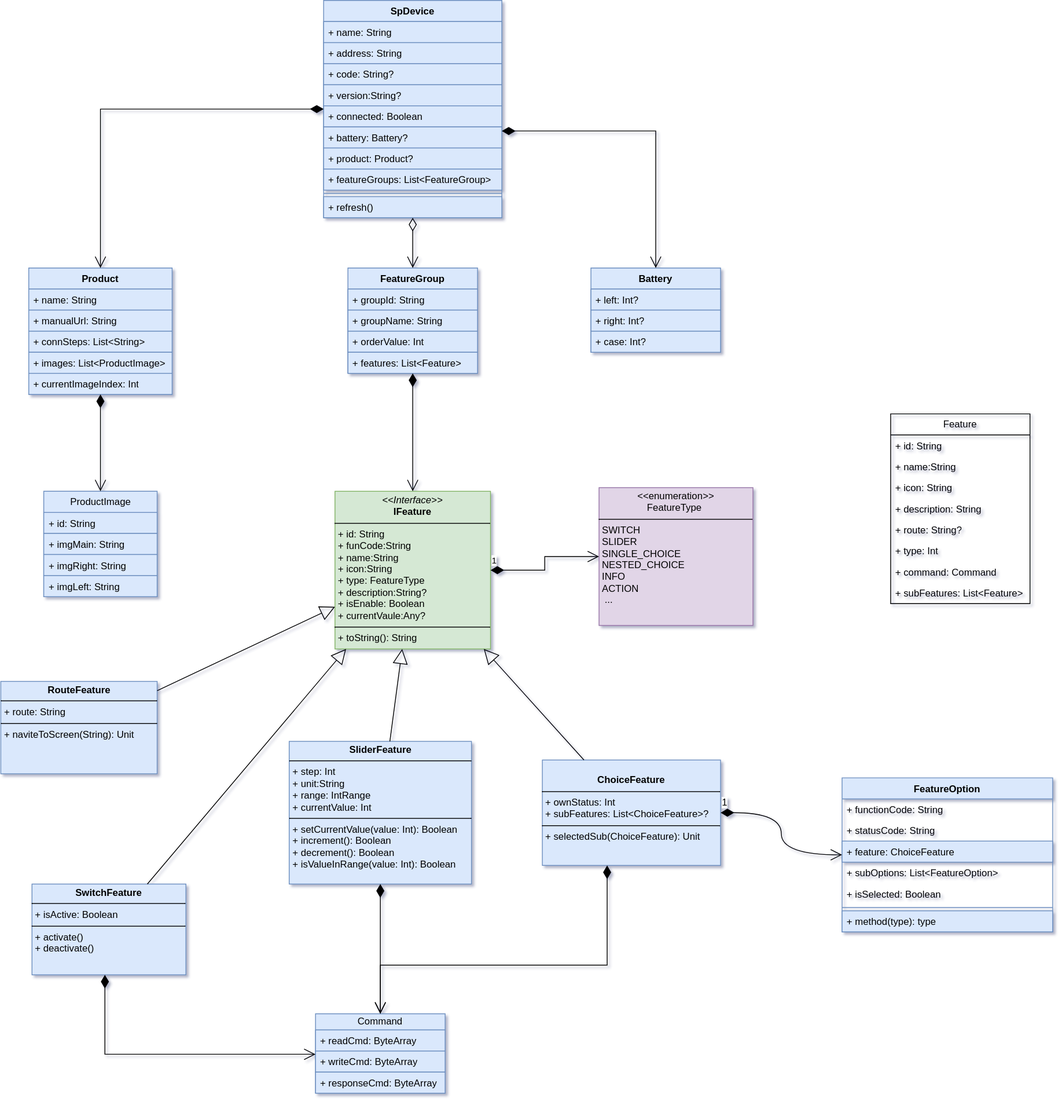
Earlier version of the draw.io export sp-device.drawio.svg (kekemao00/draw-libs). Source tidied: cells renumbered, new cells last; positions are measured from the earlier drawing's top-left corner, leaving out a move shared by most shapes.
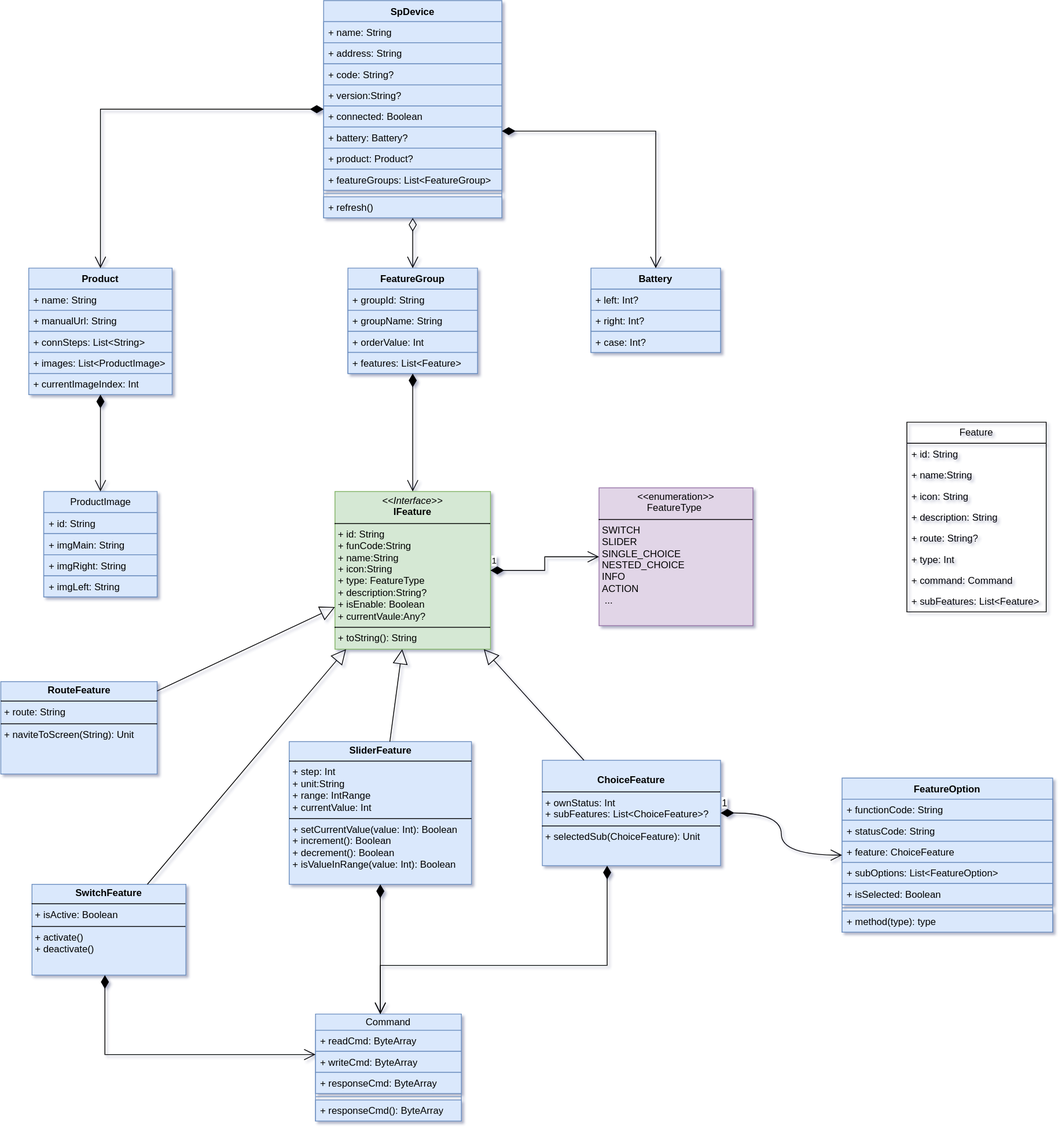
Above is the later version.

The edit, as a diff of the source:
```diff
@@ -96,7 +96,7 @@
       <mxGeometry y="104" width="160" height="26" as="geometry" />
     </mxCell>
     <mxCell id="33" value="Feature" style="swimlane;fontStyle=0;horizontal=1;startSize=26;fillColor=none;whiteSpace=wrap;html=1;" parent="1" vertex="1">
-      <mxGeometry x="1098" y="510" width="172" height="234" as="geometry" />
+      <mxGeometry x="1118" y="520" width="172" height="234" as="geometry" />
     </mxCell>
     <mxCell id="34" value="+ id: String" style="text;strokeColor=none;fillColor=none;align=left;verticalAlign=top;spacingLeft=4;spacingRight=4;overflow=hidden;whiteSpace=wrap;html=1;" parent="33" vertex="1">
       <mxGeometry y="26" width="172" height="26" as="geometry" />
@@ -123,17 +123,23 @@
       <mxGeometry y="208" width="172" height="26" as="geometry" />
     </mxCell>
     <mxCell id="42" value="Command" style="swimlane;fontStyle=0;horizontal=1;startSize=20;fillColor=#dae8fc;whiteSpace=wrap;html=1;strokeColor=#6c8ebf;" parent="1" vertex="1">
-      <mxGeometry x="388" y="1250" width="160" height="98" as="geometry" />
+      <mxGeometry x="388" y="1250" width="180" height="132" as="geometry" />
     </mxCell>
     <mxCell id="43" value="+ readCmd: ByteArray" style="text;strokeColor=#6c8ebf;fillColor=#dae8fc;align=left;verticalAlign=top;spacingLeft=4;spacingRight=4;overflow=hidden;whiteSpace=wrap;html=1;" parent="42" vertex="1">
-      <mxGeometry y="20" width="160" height="26" as="geometry" />
+      <mxGeometry y="20" width="180" height="26" as="geometry" />
     </mxCell>
     <mxCell id="44" value="+ writeCmd: ByteArray" style="text;strokeColor=#6c8ebf;fillColor=#dae8fc;align=left;verticalAlign=top;spacingLeft=4;spacingRight=4;overflow=hidden;whiteSpace=wrap;html=1;" parent="42" vertex="1">
-      <mxGeometry y="46" width="160" height="26" as="geometry" />
+      <mxGeometry y="46" width="180" height="26" as="geometry" />
     </mxCell>
-    <mxCell id="45" value="+ responseCmd: ByteArray" style="text;strokeColor=#6c8ebf;fillColor=#dae8fc;align=left;verticalAlign=top;spacingLeft=4;spacingRight=4;overflow=hidden;whiteSpace=wrap;html=1;" parent="42" vertex="1">
-      <mxGeometry y="72" width="160" height="26" as="geometry" />
+    <mxCell id="45" value="+ responseCmd: ByteArray" style="text;align=left;verticalAlign=top;spacingLeft=4;spacingRight=4;overflow=hidden;whiteSpace=wrap;html=1;fillColor=#dae8fc;strokeColor=#6c8ebf;" parent="42" vertex="1">
+      <mxGeometry y="72" width="180" height="26" as="geometry" />
     </mxCell>
+    <mxCell id="74" style="line;strokeWidth=1;fillColor=#dae8fc;align=left;verticalAlign=middle;spacingTop=-1;spacingLeft=3;spacingRight=3;labelPosition=right;strokeColor=#6c8ebf;" parent="42" vertex="1">
+      <mxGeometry y="98" width="180" height="8" as="geometry" />
+    </mxCell>
+    <mxCell id="75" value="+ responseCmd(): ByteArray" style="text;align=left;verticalAlign=top;spacingLeft=4;spacingRight=4;overflow=hidden;whiteSpace=wrap;html=1;fillColor=#dae8fc;strokeColor=#6c8ebf;" parent="42" vertex="1">
+      <mxGeometry y="106" width="180" height="26" as="geometry" />
+    </mxCell>
     <mxCell id="46" value="&lt;p style=&quot;margin:0px;margin-top:4px;text-align:center;&quot;&gt;&lt;i&gt;&amp;lt;&amp;lt;Interface&amp;gt;&amp;gt;&lt;/i&gt;&lt;br&gt;&lt;b&gt;IFeature&lt;/b&gt;&lt;/p&gt;&lt;hr size=&quot;1&quot; style=&quot;border-style:solid;&quot;&gt;&lt;p style=&quot;margin:0px;margin-left:4px;&quot;&gt;+ id: String&lt;br&gt;+ funCode:String&lt;br&gt;+ name:String&lt;br&gt;+ icon:String&lt;br&gt;+ type:&amp;nbsp;&lt;span style=&quot;text-align: center;&quot;&gt;FeatureType&amp;nbsp;&lt;/span&gt;&lt;br&gt;+ description:String?&lt;br&gt;+ isEnable: Boolean&lt;/p&gt;&lt;p style=&quot;margin:0px;margin-left:4px;&quot;&gt;+ currentVaule:Any?&lt;/p&gt;&lt;hr size=&quot;1&quot; style=&quot;border-style:solid;&quot;&gt;&lt;p style=&quot;margin:0px;margin-left:4px;&quot;&gt;+ toString(): String&lt;br&gt;&lt;/p&gt;" style="verticalAlign=top;align=left;overflow=fill;html=1;whiteSpace=wrap;fillColor=#d5e8d4;strokeColor=#82b366;" parent="1" vertex="1">
       <mxGeometry x="412" y="605.5" width="192" height="194.5" as="geometry" />
     </mxCell>
@@ -213,19 +219,19 @@
     <mxCell id="65" value="FeatureOption" style="swimlane;fontStyle=1;align=center;verticalAlign=top;horizontal=1;startSize=26;whiteSpace=wrap;html=1;fillColor=#dae8fc;strokeColor=#6c8ebf;" parent="1" vertex="1">
       <mxGeometry x="1038" y="959" width="260" height="190" as="geometry" />
     </mxCell>
-    <mxCell id="66" value="+ functionCode: String" style="text;strokeColor=none;fillColor=none;align=left;verticalAlign=top;spacingLeft=4;spacingRight=4;overflow=hidden;whiteSpace=wrap;html=1;" parent="65" vertex="1">
+    <mxCell id="66" value="+ functionCode: String" style="text;strokeColor=#6c8ebf;fillColor=#dae8fc;align=left;verticalAlign=top;spacingLeft=4;spacingRight=4;overflow=hidden;whiteSpace=wrap;html=1;" parent="65" vertex="1">
       <mxGeometry y="26" width="260" height="26" as="geometry" />
     </mxCell>
-    <mxCell id="67" value="+ statusCode: String" style="text;strokeColor=none;fillColor=none;align=left;verticalAlign=top;spacingLeft=4;spacingRight=4;overflow=hidden;whiteSpace=wrap;html=1;" parent="65" vertex="1">
+    <mxCell id="67" value="+ statusCode: String" style="text;strokeColor=#6c8ebf;fillColor=#dae8fc;align=left;verticalAlign=top;spacingLeft=4;spacingRight=4;overflow=hidden;whiteSpace=wrap;html=1;" parent="65" vertex="1">
       <mxGeometry y="52" width="260" height="26" as="geometry" />
     </mxCell>
     <mxCell id="68" value="+&amp;nbsp;feature: ChoiceFeature" style="text;strokeColor=#6c8ebf;fillColor=#dae8fc;align=left;verticalAlign=top;spacingLeft=4;spacingRight=4;overflow=hidden;whiteSpace=wrap;html=1;" parent="65" vertex="1">
       <mxGeometry y="78" width="260" height="26" as="geometry" />
     </mxCell>
-    <mxCell id="69" value="+ subOptions: List&amp;lt;FeatureOption&amp;gt;" style="text;strokeColor=none;fillColor=none;align=left;verticalAlign=top;spacingLeft=4;spacingRight=4;overflow=hidden;whiteSpace=wrap;html=1;" parent="65" vertex="1">
+    <mxCell id="69" value="+ subOptions: List&amp;lt;FeatureOption&amp;gt;" style="text;strokeColor=#6c8ebf;fillColor=#dae8fc;align=left;verticalAlign=top;spacingLeft=4;spacingRight=4;overflow=hidden;whiteSpace=wrap;html=1;" parent="65" vertex="1">
       <mxGeometry y="104" width="260" height="26" as="geometry" />
     </mxCell>
-    <mxCell id="70" value="+ isSelected: Boolean" style="text;strokeColor=none;fillColor=none;align=left;verticalAlign=top;spacingLeft=4;spacingRight=4;overflow=hidden;whiteSpace=wrap;html=1;" parent="65" vertex="1">
+    <mxCell id="70" value="+ isSelected: Boolean" style="text;strokeColor=#6c8ebf;fillColor=#dae8fc;align=left;verticalAlign=top;spacingLeft=4;spacingRight=4;overflow=hidden;whiteSpace=wrap;html=1;" parent="65" vertex="1">
       <mxGeometry y="130" width="260" height="26" as="geometry" />
     </mxCell>
     <mxCell id="71" style="line;strokeWidth=1;fillColor=#dae8fc;align=left;verticalAlign=middle;spacingTop=-1;spacingLeft=3;spacingRight=3;labelPosition=right;strokeColor=#6c8ebf;" parent="65" vertex="1">
```
